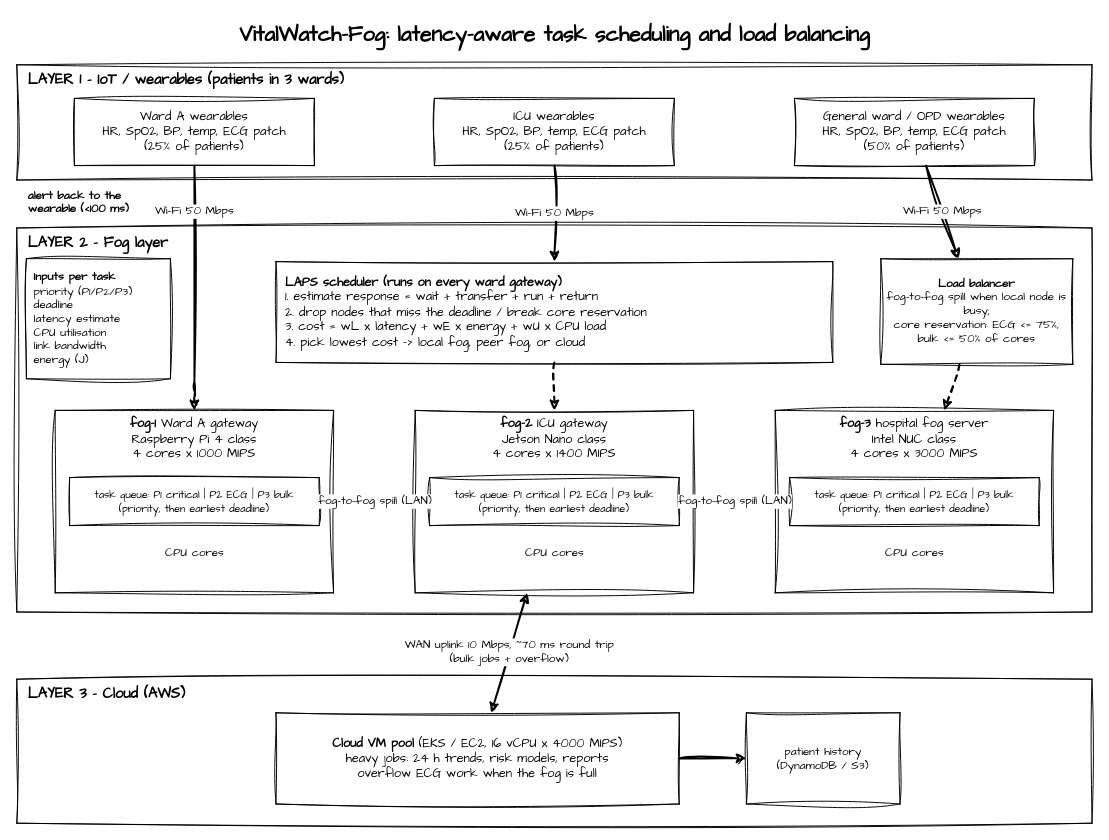
Above: cia2/report/architecture.drawio in Shakthe/cfccia (draw.io), before the change. Source tidied: cells renumbered, new cells numbered last; positions are measured from the earlier drawing's top-left corner, leaving out a move shared by most shapes. Both pictures are drawn from the tidied source at 96%, with x=0, y=0 at pixel (16, 16).
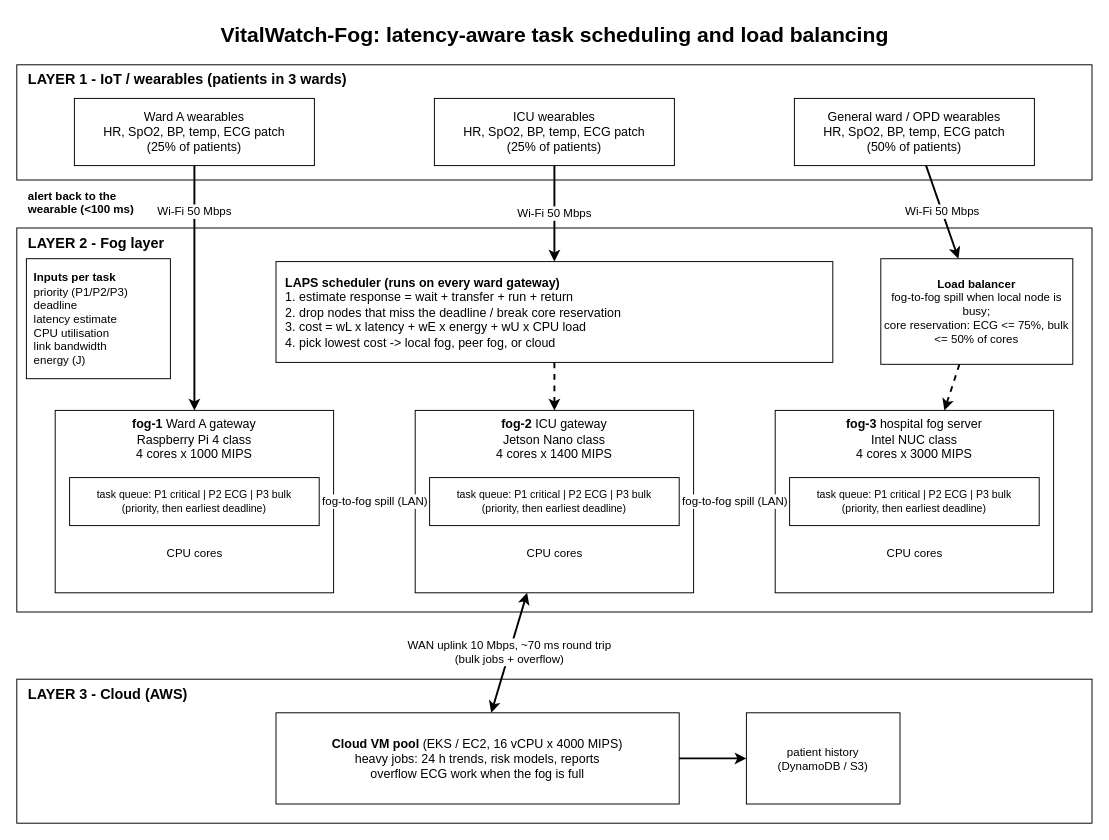
After the change.

Commit message (it also covers changes not shown here):
Use plain draw.io style for the architecture diagram

What changed in the source:
```diff
@@
-    <mxCell id="2" value="VitalWatch-Fog: latency-aware task scheduling and load balancing" style="text;html=1;fontSize=22;fontStyle=1;fontFamily=Architects Daughter;align=center;strokeColor=none;fontColor=#000000;" parent="1" vertex="1">
+    <mxCell id="2" value="VitalWatch-Fog: latency-aware task scheduling and load balancing" style="text;html=1;fontSize=22;fontStyle=1;align=center;strokeColor=none;fontColor=#000000;fontFamily=Helvetica;" parent="1" vertex="1">
       <mxGeometry x="110" width="900" height="36" as="geometry" />
     </mxCell>
-    <mxCell id="3" value="LAYER 1 - IoT / wearables (patients in 3 wards)" style="rounded=0;whiteSpace=wrap;html=1;sketch=1;curveFitting=1;jiggle=2;verticalAlign=top;align=left;spacingLeft=10;fontSize=15;fontStyle=1;fontFamily=Architects Daughter;fillColor=none;strokeColor=#000000;fontColor=#000000;" parent="1" vertex="1">
+    <mxCell id="3" value="LAYER 1 - IoT / wearables (patients in 3 wards)" style="rounded=0;whiteSpace=wrap;html=1;verticalAlign=top;align=left;spacingLeft=10;fontSize=15;fontStyle=1;fillColor=none;strokeColor=#000000;fontColor=#000000;fontFamily=Helvetica;" parent="1" vertex="1">
       <mxGeometry y="50" width="1120" height="120" as="geometry" />
     </mxCell>
-    <mxCell id="4" value="Ward A wearables&lt;br&gt;HR, SpO2, BP, temp, ECG patch&lt;br&gt;(25% of patients)" style="rounded=0;whiteSpace=wrap;html=1;sketch=1;curveFitting=1;jiggle=2;fontFamily=Architects Daughter;fontSize=13;fillColor=none;strokeColor=#000000;fontColor=#000000;" parent="1" vertex="1">
+    <mxCell id="4" value="Ward A wearables&lt;br&gt;HR, SpO2, BP, temp, ECG patch&lt;br&gt;(25% of patients)" style="rounded=0;whiteSpace=wrap;html=1;fontSize=13;fillColor=none;strokeColor=#000000;fontColor=#000000;fontFamily=Helvetica;" parent="1" vertex="1">
       <mxGeometry x="60" y="85" width="250" height="70" as="geometry" />
     </mxCell>
-    <mxCell id="5" value="ICU wearables&lt;br&gt;HR, SpO2, BP, temp, ECG patch&lt;br&gt;(25% of patients)" style="rounded=0;whiteSpace=wrap;html=1;sketch=1;curveFitting=1;jiggle=2;fontFamily=Architects Daughter;fontSize=13;fillColor=none;strokeColor=#000000;fontColor=#000000;" parent="1" vertex="1">
+    <mxCell id="5" value="ICU wearables&lt;br&gt;HR, SpO2, BP, temp, ECG patch&lt;br&gt;(25% of patients)" style="rounded=0;whiteSpace=wrap;html=1;fontSize=13;fillColor=none;strokeColor=#000000;fontColor=#000000;fontFamily=Helvetica;" parent="1" vertex="1">
       <mxGeometry x="435" y="85" width="250" height="70" as="geometry" />
     </mxCell>
-    <mxCell id="6" value="General ward / OPD wearables&lt;br&gt;HR, SpO2, BP, temp, ECG patch&lt;br&gt;(50% of patients)" style="rounded=0;whiteSpace=wrap;html=1;sketch=1;curveFitting=1;jiggle=2;fontFamily=Architects Daughter;fontSize=13;fillColor=none;strokeColor=#000000;fontColor=#000000;" parent="1" vertex="1">
+    <mxCell id="6" value="General ward / OPD wearables&lt;br&gt;HR, SpO2, BP, temp, ECG patch&lt;br&gt;(50% of patients)" style="rounded=0;whiteSpace=wrap;html=1;fontSize=13;fillColor=none;strokeColor=#000000;fontColor=#000000;fontFamily=Helvetica;" parent="1" vertex="1">
       <mxGeometry x="810" y="85" width="250" height="70" as="geometry" />
     </mxCell>
-    <mxCell id="7" value="LAYER 2 - Fog layer" style="rounded=0;whiteSpace=wrap;html=1;sketch=1;curveFitting=1;jiggle=2;verticalAlign=top;align=left;spacingLeft=10;fontSize=15;fontStyle=1;fontFamily=Architects Daughter;fillColor=none;strokeColor=#000000;fontColor=#000000;" parent="1" vertex="1">
+    <mxCell id="7" value="LAYER 2 - Fog layer" style="rounded=0;whiteSpace=wrap;html=1;verticalAlign=top;align=left;spacingLeft=10;fontSize=15;fontStyle=1;fillColor=none;strokeColor=#000000;fontColor=#000000;fontFamily=Helvetica;" parent="1" vertex="1">
       <mxGeometry y="220" width="1120" height="400" as="geometry" />
     </mxCell>
-    <mxCell id="8" value="&lt;b&gt;LAPS scheduler (runs on every ward gateway)&lt;/b&gt;&lt;br&gt;1. estimate response = wait + transfer + run + return&lt;br&gt;2. drop nodes that miss the deadline / break core reservation&lt;br&gt;3. cost = wL x latency + wE x energy + wU x CPU load&lt;br&gt;4. pick lowest cost -&gt; local fog, peer fog, or cloud" style="rounded=0;whiteSpace=wrap;html=1;sketch=1;curveFitting=1;jiggle=2;fontFamily=Architects Daughter;fontSize=13;align=left;spacingLeft=8;fillColor=none;strokeColor=#000000;fontColor=#000000;" parent="1" vertex="1">
+    <mxCell id="8" value="&lt;b&gt;LAPS scheduler (runs on every ward gateway)&lt;/b&gt;&lt;br&gt;1. estimate response = wait + transfer + run + return&lt;br&gt;2. drop nodes that miss the deadline / break core reservation&lt;br&gt;3. cost = wL x latency + wE x energy + wU x CPU load&lt;br&gt;4. pick lowest cost -&gt; local fog, peer fog, or cloud" style="rounded=0;whiteSpace=wrap;html=1;fontSize=13;align=left;spacingLeft=8;fillColor=none;strokeColor=#000000;fontColor=#000000;fontFamily=Helvetica;" parent="1" vertex="1">
       <mxGeometry x="270" y="255" width="580" height="105" as="geometry" />
     </mxCell>
-    <mxCell id="9" value="&lt;b&gt;Inputs per task&lt;/b&gt;&lt;br&gt;priority (P1/P2/P3)&lt;br&gt;deadline&lt;br&gt;latency estimate&lt;br&gt;CPU utilisation&lt;br&gt;link bandwidth&lt;br&gt;energy (J)" style="rounded=0;whiteSpace=wrap;html=1;sketch=1;curveFitting=1;jiggle=2;fontFamily=Architects Daughter;fontSize=12;align=left;spacingLeft=6;fillColor=none;strokeColor=#000000;fontColor=#000000;" parent="1" vertex="1">
+    <mxCell id="9" value="&lt;b&gt;Inputs per task&lt;/b&gt;&lt;br&gt;priority (P1/P2/P3)&lt;br&gt;deadline&lt;br&gt;latency estimate&lt;br&gt;CPU utilisation&lt;br&gt;link bandwidth&lt;br&gt;energy (J)" style="rounded=0;whiteSpace=wrap;html=1;fontSize=12;align=left;spacingLeft=6;fillColor=none;strokeColor=#000000;fontColor=#000000;fontFamily=Helvetica;" parent="1" vertex="1">
       <mxGeometry x="10" y="252" width="150" height="125" as="geometry" />
     </mxCell>
-    <mxCell id="10" value="&lt;b&gt;Load balancer&lt;/b&gt;&lt;br&gt;fog-to-fog spill when local node is busy;&lt;br&gt;core reservation: ECG &lt;= 75%, bulk &lt;= 50% of cores" style="rounded=0;whiteSpace=wrap;html=1;sketch=1;curveFitting=1;jiggle=2;fontFamily=Architects Daughter;fontSize=12;fillColor=none;strokeColor=#000000;fontColor=#000000;" parent="1" vertex="1">
+    <mxCell id="10" value="&lt;b&gt;Load balancer&lt;/b&gt;&lt;br&gt;fog-to-fog spill when local node is busy;&lt;br&gt;core reservation: ECG &lt;= 75%, bulk &lt;= 50% of cores" style="rounded=0;whiteSpace=wrap;html=1;fontSize=12;fillColor=none;strokeColor=#000000;fontColor=#000000;fontFamily=Helvetica;" parent="1" vertex="1">
       <mxGeometry x="900" y="252" width="200" height="110" as="geometry" />
     </mxCell>
-    <mxCell id="11" value="&lt;b&gt;fog-1&lt;/b&gt; Ward A gateway&lt;br&gt;Raspberry Pi 4 class&lt;br&gt;4 cores x 1000 MIPS" style="rounded=0;whiteSpace=wrap;html=1;sketch=1;curveFitting=1;jiggle=2;fontFamily=Architects Daughter;fontSize=13;verticalAlign=top;fillColor=none;strokeColor=#000000;fontColor=#000000;" parent="1" vertex="1">
+    <mxCell id="11" value="&lt;b&gt;fog-1&lt;/b&gt; Ward A gateway&lt;br&gt;Raspberry Pi 4 class&lt;br&gt;4 cores x 1000 MIPS" style="rounded=0;whiteSpace=wrap;html=1;fontSize=13;verticalAlign=top;fillColor=none;strokeColor=#000000;fontColor=#000000;fontFamily=Helvetica;" parent="1" vertex="1">
       <mxGeometry x="40" y="410" width="290" height="190" as="geometry" />
     </mxCell>
-    <mxCell id="12" value="&lt;b&gt;fog-2&lt;/b&gt; ICU gateway&lt;br&gt;Jetson Nano class&lt;br&gt;4 cores x 1400 MIPS" style="rounded=0;whiteSpace=wrap;html=1;sketch=1;curveFitting=1;jiggle=2;fontFamily=Architects Daughter;fontSize=13;verticalAlign=top;fillColor=none;strokeColor=#000000;fontColor=#000000;" parent="1" vertex="1">
+    <mxCell id="12" value="&lt;b&gt;fog-2&lt;/b&gt; ICU gateway&lt;br&gt;Jetson Nano class&lt;br&gt;4 cores x 1400 MIPS" style="rounded=0;whiteSpace=wrap;html=1;fontSize=13;verticalAlign=top;fillColor=none;strokeColor=#000000;fontColor=#000000;fontFamily=Helvetica;" parent="1" vertex="1">
       <mxGeometry x="415" y="410" width="290" height="190" as="geometry" />
     </mxCell>
-    <mxCell id="13" value="&lt;b&gt;fog-3&lt;/b&gt; hospital fog server&lt;br&gt;Intel NUC class&lt;br&gt;4 cores x 3000 MIPS" style="rounded=0;whiteSpace=wrap;html=1;sketch=1;curveFitting=1;jiggle=2;fontFamily=Architects Daughter;fontSize=13;verticalAlign=top;fillColor=none;strokeColor=#000000;fontColor=#000000;" parent="1" vertex="1">
+    <mxCell id="13" value="&lt;b&gt;fog-3&lt;/b&gt; hospital fog server&lt;br&gt;Intel NUC class&lt;br&gt;4 cores x 3000 MIPS" style="rounded=0;whiteSpace=wrap;html=1;fontSize=13;verticalAlign=top;fillColor=none;strokeColor=#000000;fontColor=#000000;fontFamily=Helvetica;" parent="1" vertex="1">
       <mxGeometry x="790" y="410" width="290" height="190" as="geometry" />
     </mxCell>
-    <mxCell id="14" value="task queue: P1 critical | P2 ECG | P3 bulk&lt;br&gt;(priority, then earliest deadline)" style="rounded=0;whiteSpace=wrap;html=1;sketch=1;curveFitting=1;jiggle=2;fontFamily=Architects Daughter;fontSize=11;fillColor=none;strokeColor=#000000;fontColor=#000000;" parent="1" vertex="1">
+    <mxCell id="14" value="task queue: P1 critical | P2 ECG | P3 bulk&lt;br&gt;(priority, then earliest deadline)" style="rounded=0;whiteSpace=wrap;html=1;fontSize=11;fillColor=none;strokeColor=#000000;fontColor=#000000;fontFamily=Helvetica;" parent="1" vertex="1">
       <mxGeometry x="55" y="480" width="260" height="50" as="geometry" />
     </mxCell>
-    <mxCell id="15" value="task queue: P1 critical | P2 ECG | P3 bulk&lt;br&gt;(priority, then earliest deadline)" style="rounded=0;whiteSpace=wrap;html=1;sketch=1;curveFitting=1;jiggle=2;fontFamily=Architects Daughter;fontSize=11;fillColor=none;strokeColor=#000000;fontColor=#000000;" parent="1" vertex="1">
+    <mxCell id="15" value="task queue: P1 critical | P2 ECG | P3 bulk&lt;br&gt;(priority, then earliest deadline)" style="rounded=0;whiteSpace=wrap;html=1;fontSize=11;fillColor=none;strokeColor=#000000;fontColor=#000000;fontFamily=Helvetica;" parent="1" vertex="1">
       <mxGeometry x="430" y="480" width="260" height="50" as="geometry" />
     </mxCell>
-    <mxCell id="16" value="task queue: P1 critical | P2 ECG | P3 bulk&lt;br&gt;(priority, then earliest deadline)" style="rounded=0;whiteSpace=wrap;html=1;sketch=1;curveFitting=1;jiggle=2;fontFamily=Architects Daughter;fontSize=11;fillColor=none;strokeColor=#000000;fontColor=#000000;" parent="1" vertex="1">
+    <mxCell id="16" value="task queue: P1 critical | P2 ECG | P3 bulk&lt;br&gt;(priority, then earliest deadline)" style="rounded=0;whiteSpace=wrap;html=1;fontSize=11;fillColor=none;strokeColor=#000000;fontColor=#000000;fontFamily=Helvetica;" parent="1" vertex="1">
       <mxGeometry x="805" y="480" width="260" height="50" as="geometry" />
     </mxCell>
-    <mxCell id="17" value="CPU cores" style="text;html=1;fontFamily=Architects Daughter;fontSize=12;align=center;strokeColor=none;fontColor=#000000;" parent="1" vertex="1">
+    <mxCell id="17" value="CPU cores" style="text;html=1;fontSize=12;align=center;strokeColor=none;fontColor=#000000;fontFamily=Helvetica;" parent="1" vertex="1">
       <mxGeometry x="110" y="545" width="150" height="40" as="geometry" />
     </mxCell>
-    <mxCell id="18" value="CPU cores" style="text;html=1;fontFamily=Architects Daughter;fontSize=12;align=center;strokeColor=none;fontColor=#000000;" parent="1" vertex="1">
+    <mxCell id="18" value="CPU cores" style="text;html=1;fontSize=12;align=center;strokeColor=none;fontColor=#000000;fontFamily=Helvetica;" parent="1" vertex="1">
       <mxGeometry x="485" y="545" width="150" height="40" as="geometry" />
     </mxCell>
-    <mxCell id="19" value="CPU cores" style="text;html=1;fontFamily=Architects Daughter;fontSize=12;align=center;strokeColor=none;fontColor=#000000;" parent="1" vertex="1">
+    <mxCell id="19" value="CPU cores" style="text;html=1;fontSize=12;align=center;strokeColor=none;fontColor=#000000;fontFamily=Helvetica;" parent="1" vertex="1">
       <mxGeometry x="860" y="545" width="150" height="40" as="geometry" />
     </mxCell>
-    <mxCell id="20" value="LAYER 3 - Cloud (AWS)" style="rounded=0;whiteSpace=wrap;html=1;sketch=1;curveFitting=1;jiggle=2;verticalAlign=top;align=left;spacingLeft=10;fontSize=15;fontStyle=1;fontFamily=Architects Daughter;fillColor=none;strokeColor=#000000;fontColor=#000000;" parent="1" vertex="1">
+    <mxCell id="20" value="LAYER 3 - Cloud (AWS)" style="rounded=0;whiteSpace=wrap;html=1;verticalAlign=top;align=left;spacingLeft=10;fontSize=15;fontStyle=1;fillColor=none;strokeColor=#000000;fontColor=#000000;fontFamily=Helvetica;" parent="1" vertex="1">
       <mxGeometry y="690" width="1120" height="150" as="geometry" />
     </mxCell>
-    <mxCell id="21" value="&lt;b&gt;Cloud VM pool&lt;/b&gt; (EKS / EC2, 16 vCPU x 4000 MIPS)&lt;br&gt;heavy jobs: 24 h trends, risk models, reports&lt;br&gt;overflow ECG work when the fog is full" style="rounded=0;whiteSpace=wrap;html=1;sketch=1;curveFitting=1;jiggle=2;fontFamily=Architects Daughter;fontSize=13;fillColor=none;strokeColor=#000000;fontColor=#000000;" parent="1" vertex="1">
+    <mxCell id="21" value="&lt;b&gt;Cloud VM pool&lt;/b&gt; (EKS / EC2, 16 vCPU x 4000 MIPS)&lt;br&gt;heavy jobs: 24 h trends, risk models, reports&lt;br&gt;overflow ECG work when the fog is full" style="rounded=0;whiteSpace=wrap;html=1;fontSize=13;fillColor=none;strokeColor=#000000;fontColor=#000000;fontFamily=Helvetica;" parent="1" vertex="1">
       <mxGeometry x="270" y="725" width="420" height="95" as="geometry" />
     </mxCell>
-    <mxCell id="22" value="patient history&lt;br&gt;(DynamoDB / S3)" style="rounded=0;whiteSpace=wrap;html=1;sketch=1;curveFitting=1;jiggle=2;fontFamily=Architects Daughter;fontSize=12;fillColor=none;strokeColor=#000000;fontColor=#000000;" parent="1" vertex="1">
+    <mxCell id="22" value="patient history&lt;br&gt;(DynamoDB / S3)" style="rounded=0;whiteSpace=wrap;html=1;fontSize=12;fillColor=none;strokeColor=#000000;fontColor=#000000;fontFamily=Helvetica;" parent="1" vertex="1">
       <mxGeometry x="760" y="725" width="160" height="95" as="geometry" />
     </mxCell>
-    <mxCell id="23" value="Wi-Fi 50 Mbps" style="endArrow=classic;html=1;sketch=1;curveFitting=1;jiggle=2;strokeWidth=2;fontFamily=Architects Daughter;fontSize=12;strokeColor=#000000;fontColor=#000000;" parent="1" edge="1" source="4" target="11">
+    <mxCell id="23" value="Wi-Fi 50 Mbps" style="endArrow=classic;html=1;strokeWidth=2;fontSize=12;strokeColor=#000000;fontColor=#000000;fontFamily=Helvetica;" parent="1" edge="1" source="4" target="11">
       <mxGeometry x="-0.62" relative="1" as="geometry">
         <Array as="points">
           <mxPoint x="185" y="390" />
         </Array>
       </mxGeometry>
     </mxCell>
-    <mxCell id="24" value="Wi-Fi 50 Mbps" style="endArrow=classic;html=1;sketch=1;curveFitting=1;jiggle=2;strokeWidth=2;fontFamily=Architects Daughter;fontSize=12;strokeColor=#000000;fontColor=#000000;" parent="1" edge="1" source="5" target="8">
+    <mxCell id="24" value="Wi-Fi 50 Mbps" style="endArrow=classic;html=1;strokeWidth=2;fontSize=12;strokeColor=#000000;fontColor=#000000;fontFamily=Helvetica;" parent="1" edge="1" source="5" target="8">
       <mxGeometry relative="1" as="geometry" />
     </mxCell>
-    <mxCell id="25" value="Wi-Fi 50 Mbps" style="endArrow=classic;html=1;sketch=1;curveFitting=1;jiggle=2;strokeWidth=2;fontFamily=Architects Daughter;fontSize=12;strokeColor=#000000;fontColor=#000000;" parent="1" edge="1" source="6" target="10">
+    <mxCell id="25" value="Wi-Fi 50 Mbps" style="endArrow=classic;html=1;strokeWidth=2;fontSize=12;strokeColor=#000000;fontColor=#000000;fontFamily=Helvetica;" parent="1" edge="1" source="6" target="10">
       <mxGeometry relative="1" as="geometry" />
     </mxCell>
-    <mxCell id="26" style="endArrow=classic;html=1;sketch=1;curveFitting=1;jiggle=2;strokeWidth=2;dashed=1;strokeColor=#000000;fontColor=#000000;" parent="1" edge="1" source="8" target="12">
+    <mxCell id="26" style="endArrow=classic;html=1;strokeWidth=2;dashed=1;strokeColor=#000000;fontColor=#000000;fontFamily=Helvetica;" parent="1" edge="1" source="8" target="12">
       <mxGeometry relative="1" as="geometry" />
     </mxCell>
-    <mxCell id="27" value="fog-to-fog spill (LAN)" style="endArrow=classic;startArrow=classic;html=1;sketch=1;curveFitting=1;jiggle=2;strokeWidth=2;fontFamily=Architects Daughter;fontSize=12;strokeColor=#000000;fontColor=#000000;" parent="1" edge="1" source="11" target="12">
+    <mxCell id="27" value="fog-to-fog spill (LAN)" style="endArrow=classic;startArrow=classic;html=1;strokeWidth=2;fontSize=12;strokeColor=#000000;fontColor=#000000;fontFamily=Helvetica;" parent="1" edge="1" source="11" target="12">
       <mxGeometry relative="1" as="geometry" />
     </mxCell>
-    <mxCell id="28" value="fog-to-fog spill (LAN)" style="endArrow=classic;startArrow=classic;html=1;sketch=1;curveFitting=1;jiggle=2;strokeWidth=2;fontFamily=Architects Daughter;fontSize=12;strokeColor=#000000;fontColor=#000000;" parent="1" edge="1" source="12" target="13">
+    <mxCell id="28" value="fog-to-fog spill (LAN)" style="endArrow=classic;startArrow=classic;html=1;strokeWidth=2;fontSize=12;strokeColor=#000000;fontColor=#000000;fontFamily=Helvetica;" parent="1" edge="1" source="12" target="13">
       <mxGeometry relative="1" as="geometry" />
     </mxCell>
-    <mxCell id="29" value="WAN uplink 10 Mbps, ~70 ms round trip&lt;br&gt;(bulk jobs + overflow)" style="endArrow=classic;startArrow=classic;html=1;sketch=1;curveFitting=1;jiggle=2;strokeWidth=2;fontFamily=Architects Daughter;fontSize=12;strokeColor=#000000;fontColor=#000000;" parent="1" edge="1" source="12" target="21">
+    <mxCell id="29" value="WAN uplink 10 Mbps, ~70 ms round trip&lt;br&gt;(bulk jobs + overflow)" style="endArrow=classic;startArrow=classic;html=1;strokeWidth=2;fontSize=12;strokeColor=#000000;fontColor=#000000;fontFamily=Helvetica;" parent="1" edge="1" source="12" target="21">
       <mxGeometry relative="1" as="geometry" />
     </mxCell>
-    <mxCell id="30" style="endArrow=classic;html=1;sketch=1;curveFitting=1;jiggle=2;strokeWidth=2;strokeColor=#000000;fontColor=#000000;" parent="1" edge="1" source="21" target="22">
+    <mxCell id="30" style="endArrow=classic;html=1;strokeWidth=2;strokeColor=#000000;fontColor=#000000;fontFamily=Helvetica;" parent="1" edge="1" source="21" target="22">
       <mxGeometry relative="1" as="geometry" />
     </mxCell>
-    <mxCell id="31" style="endArrow=classic;html=1;sketch=1;curveFitting=1;jiggle=2;strokeWidth=2;dashed=1;strokeColor=#000000;fontColor=#000000;" parent="1" edge="1" source="10" target="13">
+    <mxCell id="31" style="endArrow=classic;html=1;strokeWidth=2;dashed=1;strokeColor=#000000;fontColor=#000000;fontFamily=Helvetica;" parent="1" edge="1" source="10" target="13">
       <mxGeometry relative="1" as="geometry" />
     </mxCell>
-    <mxCell id="32" value="alert back to the&lt;br&gt;wearable (&lt;100 ms)" style="text;html=1;fontFamily=Architects Daughter;fontSize=12;fontStyle=1;strokeColor=none;fontColor=#000000;" parent="1" vertex="1">
+    <mxCell id="32" value="alert back to the&lt;br&gt;wearable (&lt;100 ms)" style="text;html=1;fontSize=12;fontStyle=1;strokeColor=none;fontColor=#000000;fontFamily=Helvetica;" parent="1" vertex="1">
       <mxGeometry x="10" y="173" width="160" height="40" as="geometry" />
     </mxCell>
```
